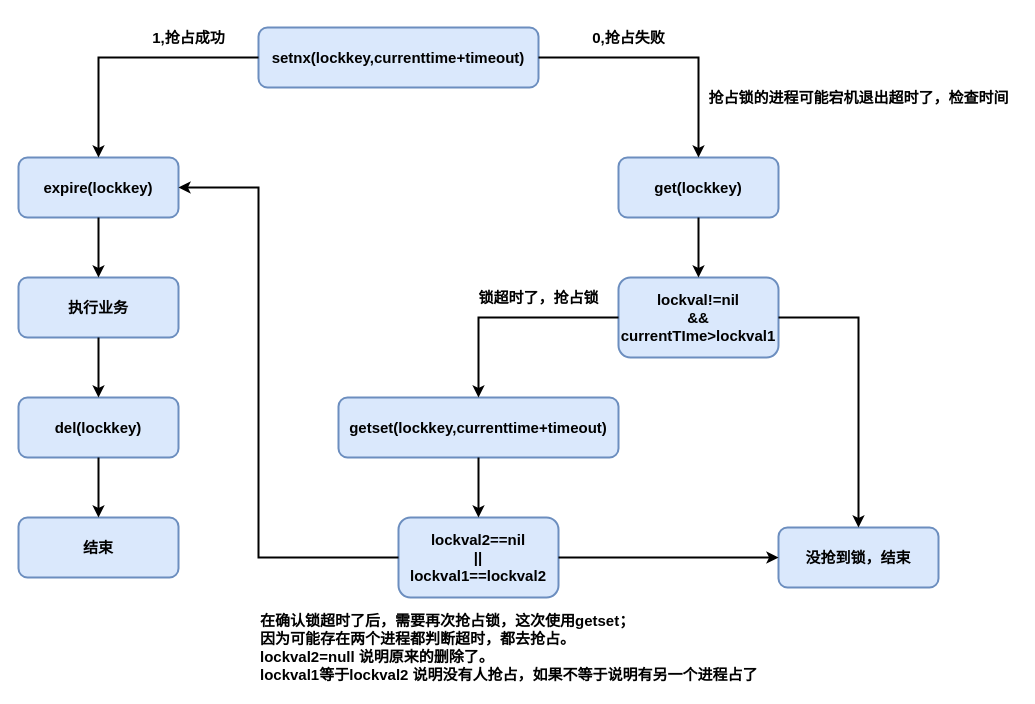
donscoco/diagrams keeps this draw.io diagram as redis/redis-lock.drawio. Above is the earlier version. Source tidied: cells renumbered, new cells numbered last; positions are measured from the earlier drawing's top-left corner, leaving out a move shared by most shapes. Both pictures are drawn from the tidied source at 100%, with x=0, y=0 at pixel (18, 17).
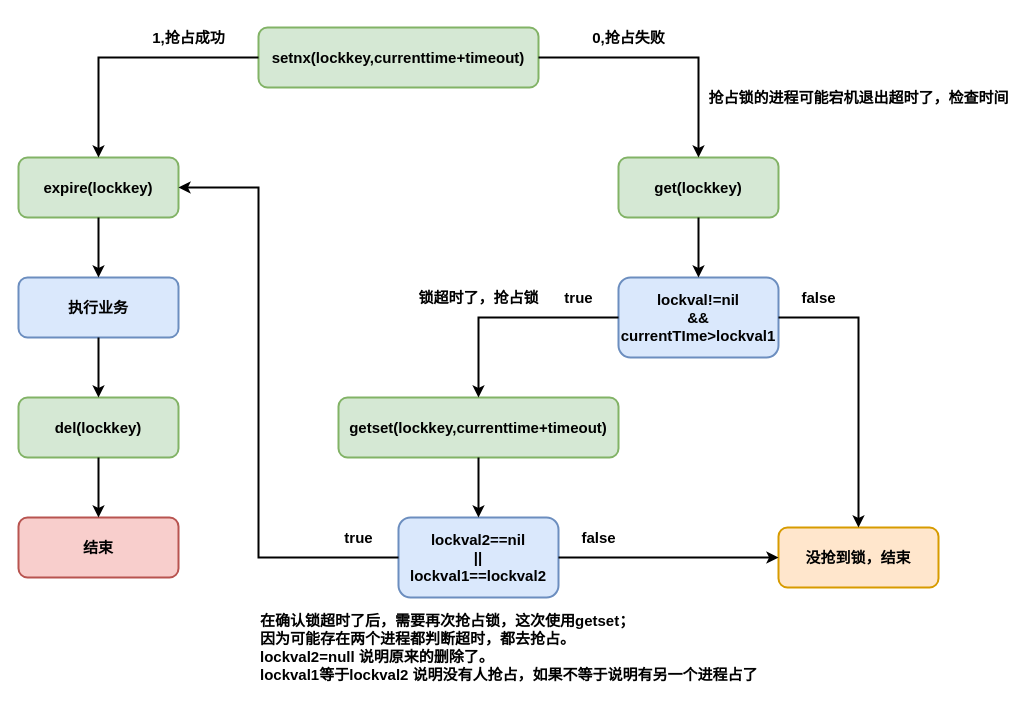
Above is the later version.

The edit, as a diff of the source:
```diff
@@
-    <mxCell id="2" value="&lt;span style=&quot;font-size: 15px; font-weight: 700;&quot;&gt;setnx(lockkey,currenttime+timeout)&lt;/span&gt;" style="rounded=1;whiteSpace=wrap;html=1;strokeWidth=2;fillWeight=4;hachureGap=8;hachureAngle=45;fillColor=#dae8fc;strokeColor=#6c8ebf;" parent="1" vertex="1">
+    <mxCell id="2" value="&lt;span style=&quot;font-size: 15px; font-weight: 700;&quot;&gt;setnx(lockkey,currenttime+timeout)&lt;/span&gt;" style="rounded=1;whiteSpace=wrap;html=1;strokeWidth=2;fillWeight=4;hachureGap=8;hachureAngle=45;fillColor=#d5e8d4;strokeColor=#82b366;" parent="1" vertex="1">
       <mxGeometry x="240" y="10" width="280" height="60" as="geometry" />
     </mxCell>
-    <mxCell id="3" value="&lt;span style=&quot;font-size: 15px; font-weight: 700;&quot;&gt;expire(lockkey)&lt;/span&gt;" style="rounded=1;whiteSpace=wrap;html=1;strokeWidth=2;fillWeight=4;hachureGap=8;hachureAngle=45;fillColor=#dae8fc;strokeColor=#6c8ebf;" parent="1" vertex="1">
+    <mxCell id="3" value="&lt;span style=&quot;font-size: 15px; font-weight: 700;&quot;&gt;expire(lockkey)&lt;/span&gt;" style="rounded=1;whiteSpace=wrap;html=1;strokeWidth=2;fillWeight=4;hachureGap=8;hachureAngle=45;fillColor=#d5e8d4;strokeColor=#82b366;" parent="1" vertex="1">
       <mxGeometry y="140" width="160" height="60" as="geometry" />
     </mxCell>
@@
-    <mxCell id="5" value="&lt;span style=&quot;font-size: 15px;&quot;&gt;&lt;b&gt;del(lockkey)&lt;/b&gt;&lt;/span&gt;" style="rounded=1;whiteSpace=wrap;html=1;strokeWidth=2;fillWeight=4;hachureGap=8;hachureAngle=45;fillColor=#dae8fc;strokeColor=#6c8ebf;" parent="1" vertex="1">
+    <mxCell id="5" value="&lt;span style=&quot;font-size: 15px;&quot;&gt;&lt;b&gt;del(lockkey)&lt;/b&gt;&lt;/span&gt;" style="rounded=1;whiteSpace=wrap;html=1;strokeWidth=2;fillWeight=4;hachureGap=8;hachureAngle=45;fillColor=#d5e8d4;strokeColor=#82b366;" parent="1" vertex="1">
       <mxGeometry y="380" width="160" height="60" as="geometry" />
     </mxCell>
-    <mxCell id="6" value="&lt;span style=&quot;font-size: 15px;&quot;&gt;&lt;b&gt;结束&lt;/b&gt;&lt;/span&gt;" style="rounded=1;whiteSpace=wrap;html=1;strokeWidth=2;fillWeight=4;hachureGap=8;hachureAngle=45;fillColor=#dae8fc;strokeColor=#6c8ebf;" parent="1" vertex="1">
+    <mxCell id="6" value="&lt;span style=&quot;font-size: 15px;&quot;&gt;&lt;b&gt;结束&lt;/b&gt;&lt;/span&gt;" style="rounded=1;whiteSpace=wrap;html=1;strokeWidth=2;fillWeight=4;hachureGap=8;hachureAngle=45;fillColor=#f8cecc;strokeColor=#b85450;" parent="1" vertex="1">
       <mxGeometry y="500" width="160" height="60" as="geometry" />
     </mxCell>
@@
-    <mxCell id="11" value="&lt;span style=&quot;font-size: 15px; font-weight: 700;&quot;&gt;get(lockkey)&lt;/span&gt;" style="rounded=1;whiteSpace=wrap;html=1;strokeWidth=2;fillWeight=4;hachureGap=8;hachureAngle=45;fillColor=#dae8fc;strokeColor=#6c8ebf;" parent="1" vertex="1">
+    <mxCell id="11" value="&lt;span style=&quot;font-size: 15px; font-weight: 700;&quot;&gt;get(lockkey)&lt;/span&gt;" style="rounded=1;whiteSpace=wrap;html=1;strokeWidth=2;fillWeight=4;hachureGap=8;hachureAngle=45;fillColor=#d5e8d4;strokeColor=#82b366;" parent="1" vertex="1">
       <mxGeometry x="600" y="140" width="160" height="60" as="geometry" />
     </mxCell>
@@
-    <mxCell id="13" value="&lt;span style=&quot;font-size: 15px; font-weight: 700;&quot;&gt;getset(lockkey,currenttime+timeout)&lt;/span&gt;" style="rounded=1;whiteSpace=wrap;html=1;strokeWidth=2;fillWeight=4;hachureGap=8;hachureAngle=45;fillColor=#dae8fc;strokeColor=#6c8ebf;" parent="1" vertex="1">
+    <mxCell id="13" value="&lt;span style=&quot;font-size: 15px; font-weight: 700;&quot;&gt;getset(lockkey,currenttime+timeout)&lt;/span&gt;" style="rounded=1;whiteSpace=wrap;html=1;strokeWidth=2;fillWeight=4;hachureGap=8;hachureAngle=45;fillColor=#d5e8d4;strokeColor=#82b366;" parent="1" vertex="1">
       <mxGeometry x="320" y="380" width="280" height="60" as="geometry" />
     </mxCell>
-    <mxCell id="14" value="&lt;span style=&quot;font-size: 15px;&quot;&gt;&lt;b&gt;没抢到锁，结束&lt;/b&gt;&lt;/span&gt;" style="rounded=1;whiteSpace=wrap;html=1;strokeWidth=2;fillWeight=4;hachureGap=8;hachureAngle=45;fillColor=#dae8fc;strokeColor=#6c8ebf;" parent="1" vertex="1">
+    <mxCell id="14" value="&lt;span style=&quot;font-size: 15px;&quot;&gt;&lt;b&gt;没抢到锁，结束&lt;/b&gt;&lt;/span&gt;" style="rounded=1;whiteSpace=wrap;html=1;strokeWidth=2;fillWeight=4;hachureGap=8;hachureAngle=45;fillColor=#ffe6cc;strokeColor=#d79b00;" parent="1" vertex="1">
       <mxGeometry x="760" y="510" width="160" height="60" as="geometry" />
     </mxCell>
@@
     <mxCell id="25" value="锁超时了，抢占锁" style="text;strokeColor=none;fillColor=none;html=1;fontSize=15;fontStyle=1;verticalAlign=middle;align=center;sketch=0;fillStyle=auto;" parent="1" vertex="1">
-      <mxGeometry x="460" y="260" width="120" height="40" as="geometry" />
+      <mxGeometry x="400" y="260" width="120" height="40" as="geometry" />
     </mxCell>
@@
+    <mxCell id="28" value="false" style="text;strokeColor=none;fillColor=none;html=1;fontSize=15;fontStyle=1;verticalAlign=middle;align=center;sketch=0;fillStyle=auto;" parent="1" vertex="1">
+      <mxGeometry x="780" y="260" width="40" height="40" as="geometry" />
+    </mxCell>
+    <mxCell id="29" value="false" style="text;strokeColor=none;fillColor=none;html=1;fontSize=15;fontStyle=1;verticalAlign=middle;align=center;sketch=0;fillStyle=auto;" parent="1" vertex="1">
+      <mxGeometry x="560" y="500" width="40" height="40" as="geometry" />
+    </mxCell>
+    <mxCell id="30" value="true" style="text;strokeColor=none;fillColor=none;html=1;fontSize=15;fontStyle=1;verticalAlign=middle;align=center;sketch=0;fillStyle=auto;" parent="1" vertex="1">
+      <mxGeometry x="320" y="500" width="40" height="40" as="geometry" />
+    </mxCell>
+    <mxCell id="31" value="true" style="text;strokeColor=none;fillColor=none;html=1;fontSize=15;fontStyle=1;verticalAlign=middle;align=center;sketch=0;fillStyle=auto;" parent="1" vertex="1">
+      <mxGeometry x="540" y="260" width="40" height="40" as="geometry" />
+    </mxCell>
```
